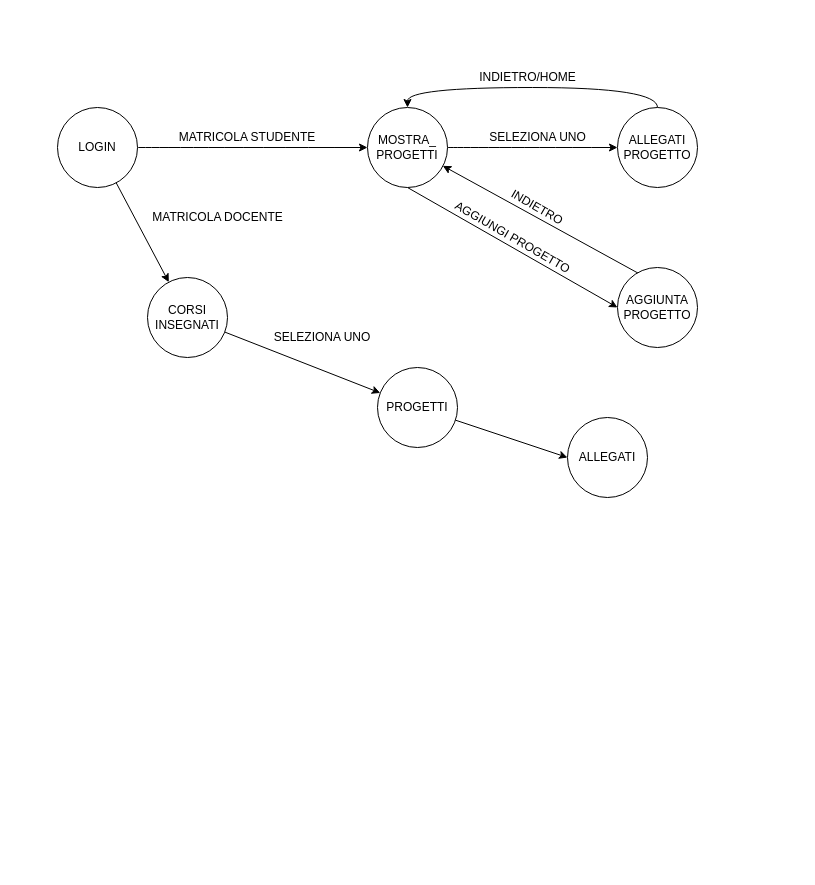
The draw.io diagram page "FSM" (5 of 5) of prisa_eer.drawio in Cippo95/prisa, before the edit. Source tidied: cells renumbered, new cells numbered last; positions are measured from the earlier drawing's top-left corner, leaving out a move shared by most shapes. Both pictures are drawn from the tidied source at 100%, with x=0, y=0 at pixel (57, 67).
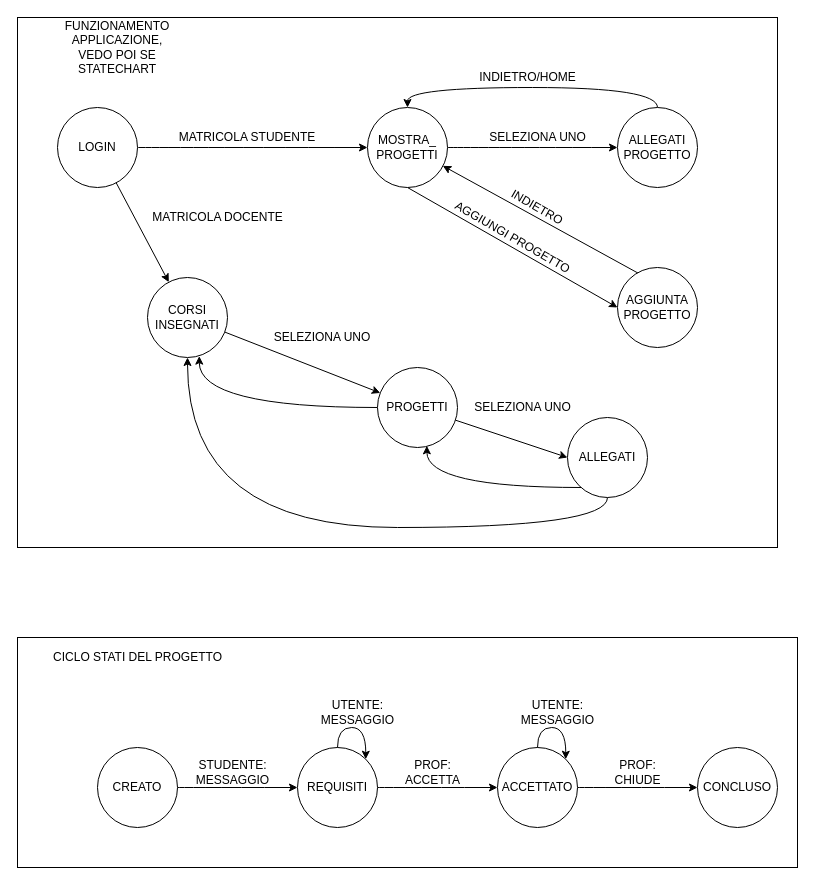
The same diagram, later.

The change refers to these unchanged cells:
```xml
<mxCell id="6" value="&lt;div&gt;CORSI&lt;/div&gt;&lt;div&gt;INSEGNATI&lt;br&gt;&lt;/div&gt;" style="ellipse;whiteSpace=wrap;html=1;" parent="1" vertex="1">
  <mxGeometry x="90" y="210" width="80" height="80" as="geometry" />
</mxCell>
<mxCell id="11" value="&lt;div&gt;PROGETTI&lt;br&gt;&lt;/div&gt;" style="ellipse;whiteSpace=wrap;html=1;" parent="1" vertex="1">
  <mxGeometry x="320" y="300" width="80" height="80" as="geometry" />
</mxCell>
<mxCell id="14" value="&lt;div&gt;ALLEGATI&lt;/div&gt;" style="ellipse;whiteSpace=wrap;html=1;" parent="1" vertex="1">
  <mxGeometry x="510" y="350" width="80" height="80" as="geometry" />
</mxCell>
```

Change to the diagram source:
```diff
@@
+    <mxCell id="24" style="rounded=0;whiteSpace=wrap;html=1;" parent="1" vertex="1">
+      <mxGeometry x="-40" y="-50" width="760" height="530" as="geometry" />
+    </mxCell>
+    <mxCell id="25" style="rounded=0;whiteSpace=wrap;html=1;" parent="1" vertex="1">
+      <mxGeometry x="-40" y="570" width="780" height="230" as="geometry" />
+    </mxCell>
@@
+    <mxCell id="26" style="edgeStyle=orthogonalEdgeStyle;rounded=0;jettySize=auto;html=1;entryX=0.647;entryY=0.983;entryDx=0;entryDy=0;entryPerimeter=0;startArrow=none;startFill=0;endArrow=classic;endFill=1;curved=1;" parent="1" edge="1" source="11" target="6">
+      <mxGeometry relative="1" as="geometry" />
+    </mxCell>
@@
+    <mxCell id="27" style="edgeStyle=orthogonalEdgeStyle;rounded=0;jettySize=auto;html=1;entryX=0.617;entryY=0.979;entryDx=0;entryDy=0;entryPerimeter=0;startArrow=none;startFill=0;endArrow=classic;endFill=1;curved=1;" parent="1" edge="1" source="14" target="11">
+      <mxGeometry relative="1" as="geometry">
+        <Array as="points">
+          <mxPoint x="369" y="420" />
+        </Array>
+      </mxGeometry>
+    </mxCell>
+    <mxCell id="28" style="edgeStyle=orthogonalEdgeStyle;rounded=0;jettySize=auto;html=1;entryX=0.5;entryY=1;entryDx=0;entryDy=0;startArrow=none;startFill=0;endArrow=classic;endFill=1;curved=1;" parent="1" edge="1" source="14" target="6">
+      <mxGeometry relative="1" as="geometry">
+        <Array as="points">
+          <mxPoint x="550" y="460" />
+          <mxPoint x="130" y="460" />
+        </Array>
+      </mxGeometry>
+    </mxCell>
@@
+    <mxCell id="29" value="SELEZIONA UNO" style="text;html=1;align=center;verticalAlign=middle;" parent="1" vertex="1">
+      <mxGeometry x="410" y="330" width="110" height="20" as="geometry" />
+    </mxCell>
+    <mxCell id="30" style="edgeStyle=orthogonalEdgeStyle;curved=1;rounded=0;jettySize=auto;html=1;entryX=0;entryY=0.5;entryDx=0;entryDy=0;startArrow=none;startFill=0;endArrow=classic;endFill=1;" parent="1" edge="1" source="31" target="33">
+      <mxGeometry relative="1" as="geometry" />
+    </mxCell>
+    <mxCell id="31" value="CREATO" style="ellipse;whiteSpace=wrap;html=1;" parent="1" vertex="1">
+      <mxGeometry x="40" y="680" width="80" height="80" as="geometry" />
+    </mxCell>
+    <mxCell id="32" style="edgeStyle=orthogonalEdgeStyle;curved=1;rounded=0;jettySize=auto;html=1;entryX=0;entryY=0.5;entryDx=0;entryDy=0;startArrow=none;startFill=0;endArrow=classic;endFill=1;" parent="1" edge="1" source="33" target="35">
+      <mxGeometry relative="1" as="geometry" />
+    </mxCell>
+    <mxCell id="33" value="REQUISITI" style="ellipse;whiteSpace=wrap;html=1;" parent="1" vertex="1">
+      <mxGeometry x="240" y="680" width="80" height="80" as="geometry" />
+    </mxCell>
+    <mxCell id="34" style="edgeStyle=orthogonalEdgeStyle;curved=1;rounded=0;jettySize=auto;html=1;exitX=1;exitY=0.5;exitDx=0;exitDy=0;entryX=0;entryY=0.5;entryDx=0;entryDy=0;startArrow=none;startFill=0;endArrow=classic;endFill=1;" parent="1" edge="1" source="35" target="36">
+      <mxGeometry relative="1" as="geometry" />
+    </mxCell>
+    <mxCell id="35" value="ACCETTATO" style="ellipse;whiteSpace=wrap;html=1;" parent="1" vertex="1">
+      <mxGeometry x="440" y="680" width="80" height="80" as="geometry" />
+    </mxCell>
+    <mxCell id="36" value="CONCLUSO" style="ellipse;whiteSpace=wrap;html=1;" parent="1" vertex="1">
+      <mxGeometry x="640" y="680" width="80" height="80" as="geometry" />
+    </mxCell>
+    <mxCell id="37" value="&lt;div&gt;STUDENTE:&lt;br&gt;&lt;/div&gt;&lt;div&gt;MESSAGGIO&lt;/div&gt;" style="text;html=1;align=center;verticalAlign=middle;" parent="1" vertex="1">
+      <mxGeometry x="130" y="690" width="90" height="30" as="geometry" />
+    </mxCell>
+    <mxCell id="38" value="&lt;div&gt;PROF:&lt;br&gt;&lt;/div&gt;&lt;div&gt;ACCETTA&lt;/div&gt;" style="text;html=1;align=center;verticalAlign=middle;" parent="1" vertex="1">
+      <mxGeometry x="340" y="690" width="70" height="30" as="geometry" />
+    </mxCell>
+    <mxCell id="39" value="&lt;div&gt;PROF:&lt;br&gt;&lt;/div&gt;&lt;div&gt;CHIUDE&lt;/div&gt;" style="text;html=1;align=center;verticalAlign=middle;" parent="1" vertex="1">
+      <mxGeometry x="550" y="690" width="60" height="30" as="geometry" />
+    </mxCell>
+    <mxCell id="40" style="edgeStyle=orthogonalEdgeStyle;curved=1;rounded=0;orthogonalLoop=1;jettySize=auto;html=1;entryX=1;entryY=0;entryDx=0;entryDy=0;startArrow=none;startFill=0;endArrow=classic;endFill=1;" parent="1" edge="1" source="35" target="35">
+      <mxGeometry relative="1" as="geometry">
+        <Array as="points">
+          <mxPoint x="480" y="660" />
+          <mxPoint x="508" y="660" />
+        </Array>
+      </mxGeometry>
+    </mxCell>
+    <mxCell id="41" style="edgeStyle=orthogonalEdgeStyle;curved=1;rounded=0;orthogonalLoop=1;jettySize=auto;html=1;entryX=1;entryY=0;entryDx=0;entryDy=0;startArrow=none;startFill=0;endArrow=classic;endFill=1;" parent="1" edge="1" source="33" target="33">
+      <mxGeometry relative="1" as="geometry">
+        <Array as="points">
+          <mxPoint x="280" y="660" />
+          <mxPoint x="308" y="660" />
+        </Array>
+      </mxGeometry>
+    </mxCell>
+    <mxCell id="42" value="UTENTE:&lt;br&gt;&lt;div&gt;MESSAGGIO&lt;/div&gt;" style="text;html=1;align=center;verticalAlign=middle;" parent="1" vertex="1">
+      <mxGeometry x="255" y="630" width="90" height="30" as="geometry" />
+    </mxCell>
+    <mxCell id="43" value="&lt;div&gt;UTENTE:&lt;/div&gt;&lt;div&gt;MESSAGGIO&lt;/div&gt;" style="text;html=1;align=center;verticalAlign=middle;" parent="1" vertex="1">
+      <mxGeometry x="455" y="630" width="90" height="30" as="geometry" />
+    </mxCell>
+    <mxCell id="44" value="CICLO STATI DEL PROGETTO" style="text;html=1;align=center;verticalAlign=middle;" parent="1" vertex="1">
+      <mxGeometry x="-10" y="580" width="180" height="20" as="geometry" />
+    </mxCell>
+    <mxCell id="45" value="&lt;div&gt;FUNZIONAMENTO APPLICAZIONE, VEDO POI SE STATECHART&lt;/div&gt;" style="text;html=1;strokeColor=none;fillColor=none;align=center;verticalAlign=middle;whiteSpace=wrap;rounded=0;" parent="1" vertex="1">
+      <mxGeometry x="40" y="-30" width="40" height="20" as="geometry" />
+    </mxCell>
```
